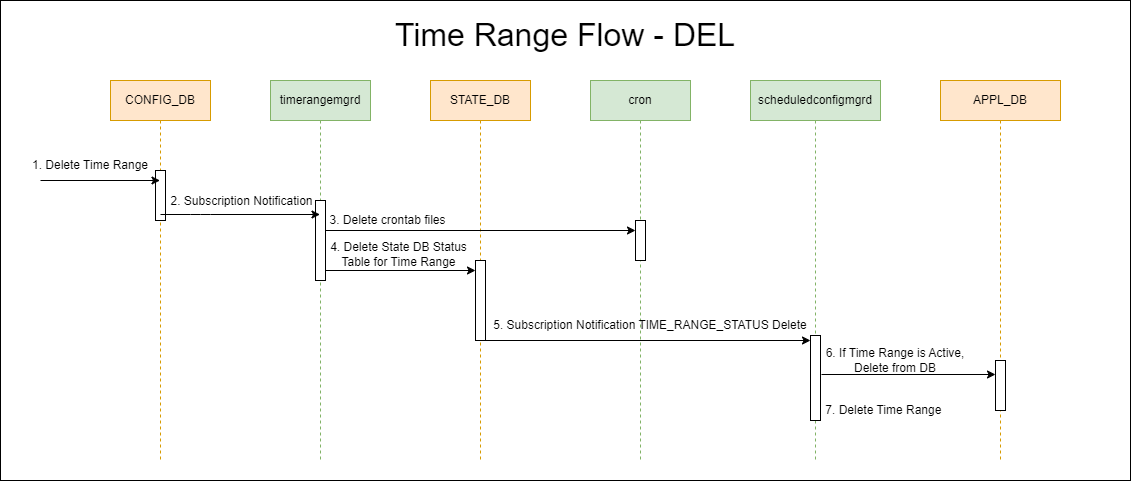
Before: doc/scheduled-configurations/images/time-range-flow-del.png, a diagram exported from draw.io (sonic-net/SONiC). Source tidied: cells renumbered, new cells last; positions are measured from the earlier drawing's top-left corner, leaving out a move shared by most shapes.
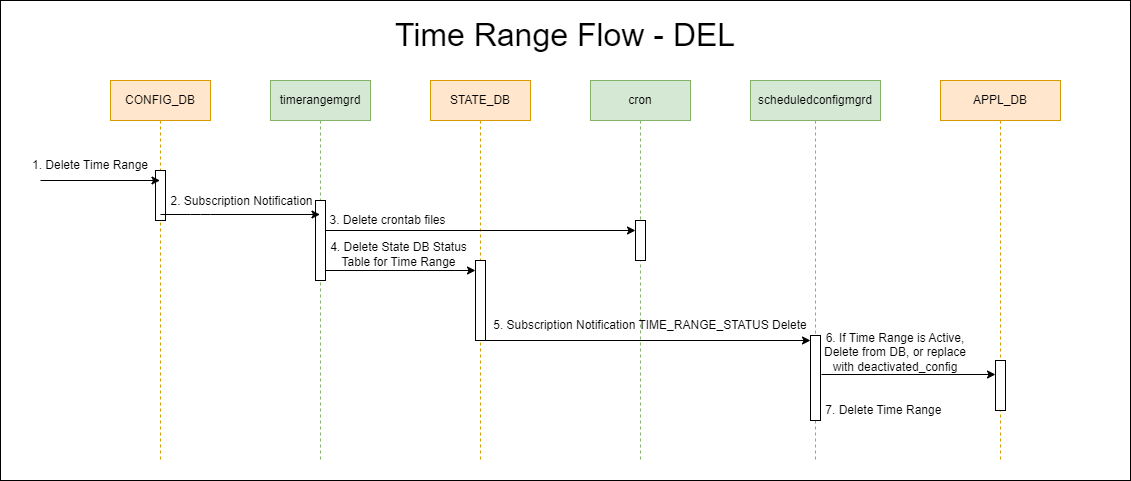
After the commit.

Commit message:
Update HLD to include "deactivation_config" option in scheduled_configuration.

The edit, as a diff of the source:
```diff
@@ -99,8 +99,8 @@
         <mxPoint x="995" y="374" as="targetPoint" />
       </mxGeometry>
     </mxCell>
-    <mxCell id="27" value="6. If Time Range is Active, Delete from DB" style="text;html=1;strokeColor=none;fillColor=none;align=center;verticalAlign=middle;whiteSpace=wrap;rounded=0;" parent="1" vertex="1">
-      <mxGeometry x="820" y="350" width="150" height="20" as="geometry" />
+    <mxCell id="27" value="6. If Time Range is Active, Delete from DB, or replace with deactivated_config" style="text;html=1;strokeColor=none;fillColor=none;align=center;verticalAlign=middle;whiteSpace=wrap;rounded=0;" parent="1" vertex="1">
+      <mxGeometry x="820" y="342" width="150" height="20" as="geometry" />
     </mxCell>
     <mxCell id="28" value="5. Subscription Notification TIME_RANGE_STATUS Delete" style="text;html=1;strokeColor=none;fillColor=none;align=center;verticalAlign=middle;whiteSpace=wrap;rounded=0;" parent="1" vertex="1">
       <mxGeometry x="490" y="310" width="320" height="30" as="geometry" />
```
